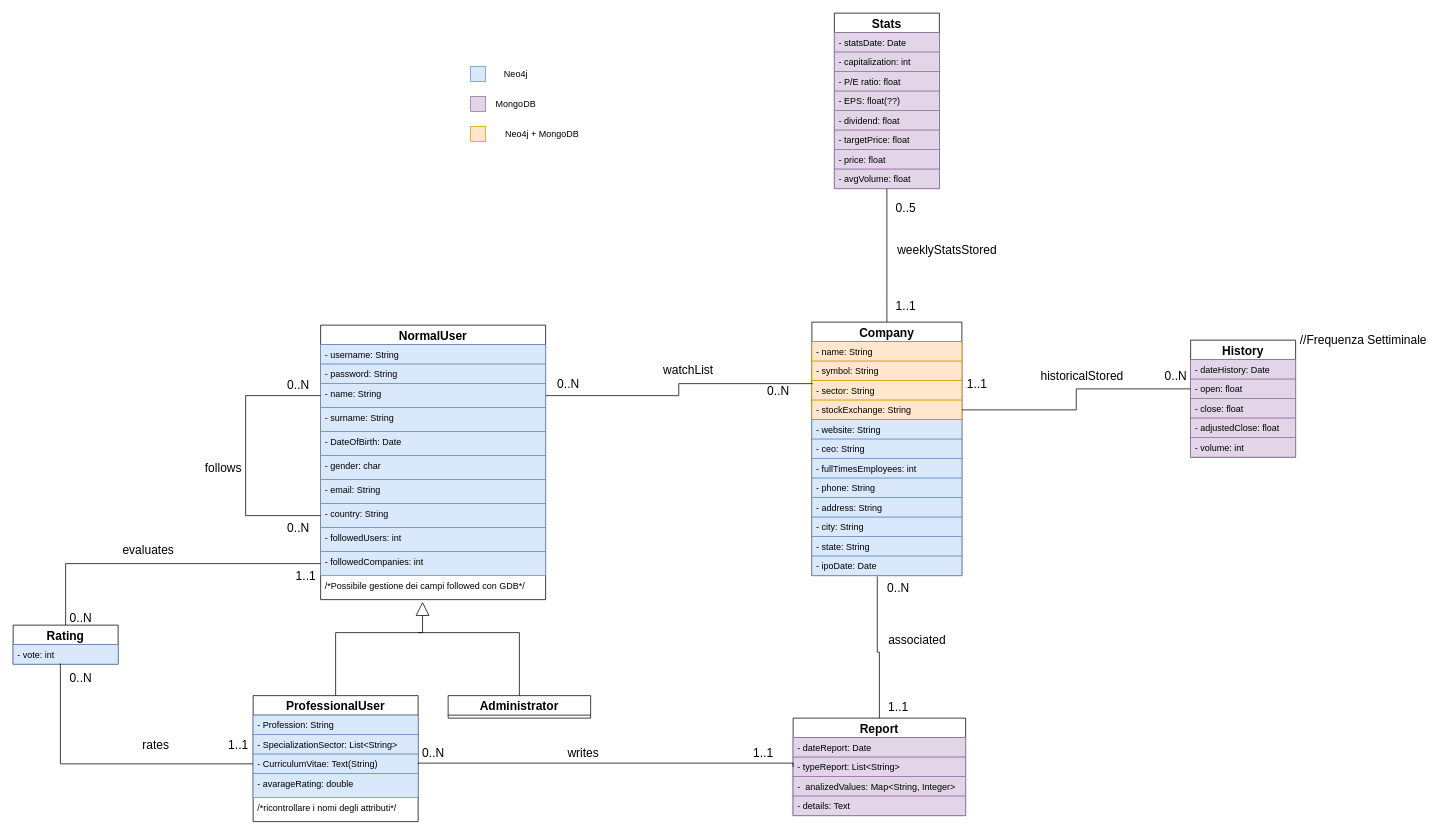
Earlier version of the draw.io diagram page "Page-2" (2 of 2) of Diagrammi/Untitled Diagram.drawio (Matteo-Castrignano/CompaniesDiscoveryApplications). Source tidied: cells renumbered, new cells numbered last; positions are measured from the earlier drawing's top-left corner, leaving out a move shared by most shapes. Both pictures are drawn from the tidied source at 75%, with x=0, y=0 at pixel (13, 13).
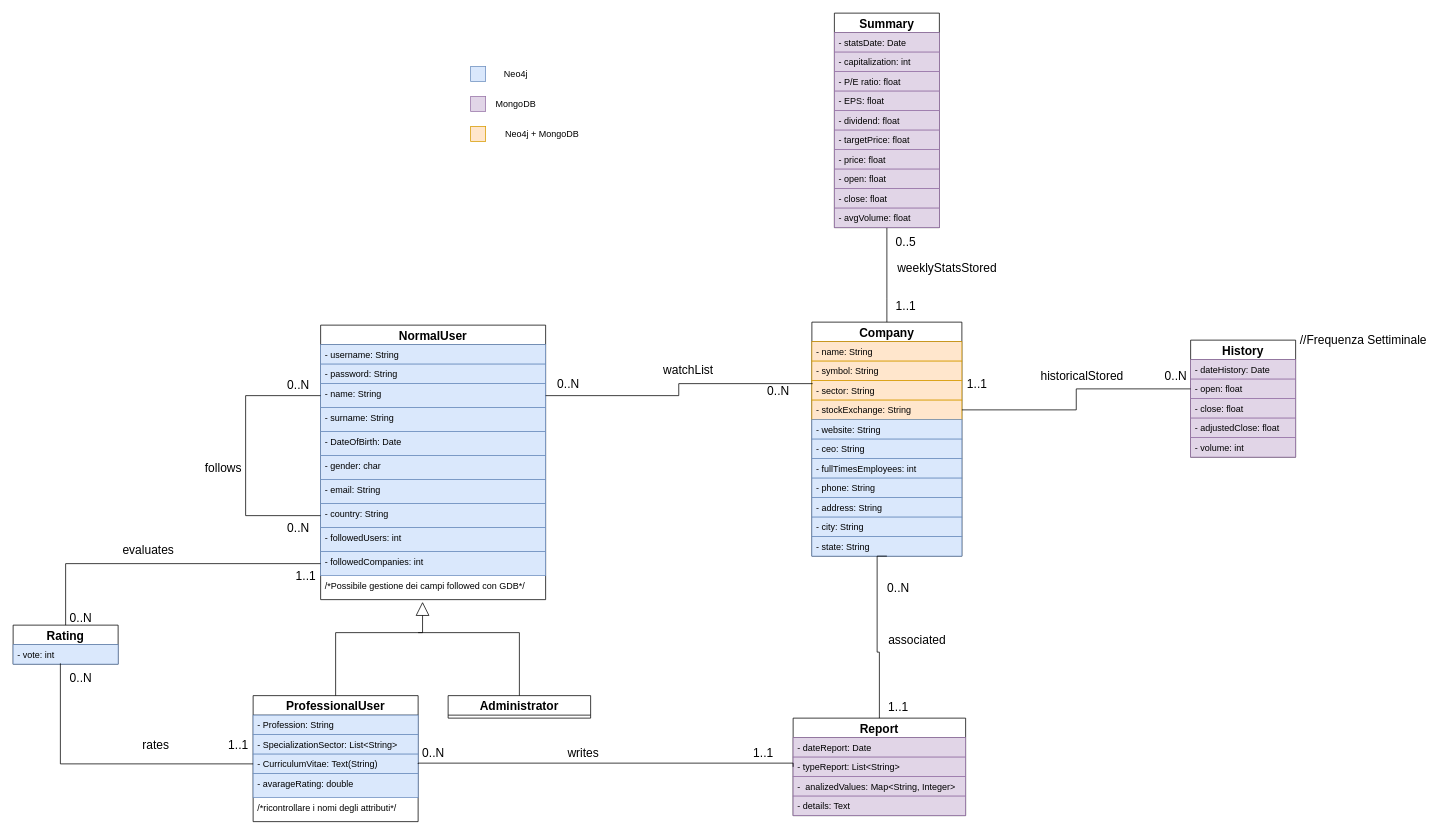
After the change.

The change refers to these unchanged cells:
```xml
<mxCell id="78" value="Report" style="swimlane;fontStyle=1;horizontal=1;startSize=26;fillColor=none;fontSize=16;" parent="1" vertex="1">
  <mxGeometry x="1040" y="940" width="230" height="130" as="geometry" />
</mxCell>
```

The edit, as a diff of the source:
```diff
@@
     <mxCell id="28" value="Company" style="swimlane;fontStyle=1;horizontal=1;startSize=26;fillColor=none;fontSize=16;" parent="1" vertex="1">
-      <mxGeometry x="1065" y="412" width="200" height="338" as="geometry" />
+      <mxGeometry x="1065" y="412" width="200" height="312" as="geometry" />
     </mxCell>
@@
-    <mxCell id="40" value="- ipoDate: Date" style="text;strokeColor=#6c8ebf;fillColor=#dae8fc;align=left;verticalAlign=top;spacingLeft=4;spacingRight=4;overflow=hidden;points=[[0,0.5],[1,0.5]];portConstraint=eastwest;" parent="28" vertex="1">
-      <mxGeometry y="312" width="200" height="26" as="geometry" />
-    </mxCell>
@@
-    <mxCell id="50" value="Stats" style="swimlane;fontStyle=1;horizontal=1;startSize=26;fillColor=none;fontSize=16;" parent="1" vertex="1">
-      <mxGeometry x="1095" width="140" height="234" as="geometry" />
+    <mxCell id="50" value="Summary" style="swimlane;fontStyle=1;horizontal=1;startSize=26;fillColor=none;fontSize=16;" parent="1" vertex="1">
+      <mxGeometry x="1095" width="140" height="286" as="geometry" />
     </mxCell>
@@
-    <mxCell id="54" value="- EPS: float(??)" style="text;strokeColor=#9673a6;fillColor=#e1d5e7;align=left;verticalAlign=top;spacingLeft=4;spacingRight=4;overflow=hidden;points=[[0,0.5],[1,0.5]];portConstraint=eastwest;" parent="50" vertex="1">
+    <mxCell id="54" value="- EPS: float" style="text;strokeColor=#9673a6;fillColor=#e1d5e7;align=left;verticalAlign=top;spacingLeft=4;spacingRight=4;overflow=hidden;points=[[0,0.5],[1,0.5]];portConstraint=eastwest;" parent="50" vertex="1">
       <mxGeometry y="104" width="140" height="26" as="geometry" />
     </mxCell>
@@
+    <mxCell id="97" value="- open: float" style="text;strokeColor=#9673a6;fillColor=#e1d5e7;align=left;verticalAlign=top;spacingLeft=4;spacingRight=4;overflow=hidden;" parent="50" vertex="1">
+      <mxGeometry y="208" width="140" height="26" as="geometry" />
+    </mxCell>
+    <mxCell id="98" value="- close: float" style="text;strokeColor=#9673a6;fillColor=#e1d5e7;align=left;verticalAlign=top;spacingLeft=4;spacingRight=4;overflow=hidden;" parent="50" vertex="1">
+      <mxGeometry y="234" width="140" height="26" as="geometry" />
+    </mxCell>
     <mxCell id="58" value="- avgVolume: float" style="text;strokeColor=#9673a6;fillColor=#e1d5e7;align=left;verticalAlign=top;spacingLeft=4;spacingRight=4;overflow=hidden;" parent="50" vertex="1">
-      <mxGeometry y="208" width="140" height="26" as="geometry" />
+      <mxGeometry y="260" width="140" height="26" as="geometry" />
     </mxCell>
@@
     <mxCell id="61" value="0..5" style="text;html=1;align=center;verticalAlign=middle;fontSize=16;" parent="1" vertex="1">
-      <mxGeometry x="1170" y="250" width="40" height="20" as="geometry" />
+      <mxGeometry x="1170" y="295" width="40" height="20" as="geometry" />
     </mxCell>
     <mxCell id="62" value="weeklyStatsStored" style="text;html=1;align=center;verticalAlign=middle;fontSize=16;" parent="1" vertex="1">
-      <mxGeometry x="1170" y="305" width="150" height="20" as="geometry" />
+      <mxGeometry x="1170" y="330" width="150" height="20" as="geometry" />
     </mxCell>
@@
-    <mxCell id="77" style="rounded=0;jettySize=auto;html=1;exitX=0.5;exitY=0;exitDx=0;exitDy=0;endArrow=none;endFill=0;strokeColor=#000000;fontSize=16;entryX=0.436;entryY=1.045;entryDx=0;entryDy=0;entryPerimeter=0;edgeStyle=orthogonalEdgeStyle;" parent="1" edge="1" source="78" target="40">
+    <mxCell id="77" style="rounded=0;jettySize=auto;html=1;exitX=0.5;exitY=0;exitDx=0;exitDy=0;endArrow=none;endFill=0;strokeColor=#000000;fontSize=16;entryX=0.5;entryY=1;entryDx=0;entryDy=0;edgeStyle=orthogonalEdgeStyle;" parent="1" edge="1" source="78" target="28">
       <mxGeometry relative="1" as="geometry">
         <Array as="points">
           <mxPoint x="1155" y="852" />
           <mxPoint x="1152" y="852" />
+          <mxPoint x="1152" y="724" />
         </Array>
       </mxGeometry>
     </mxCell>
```
